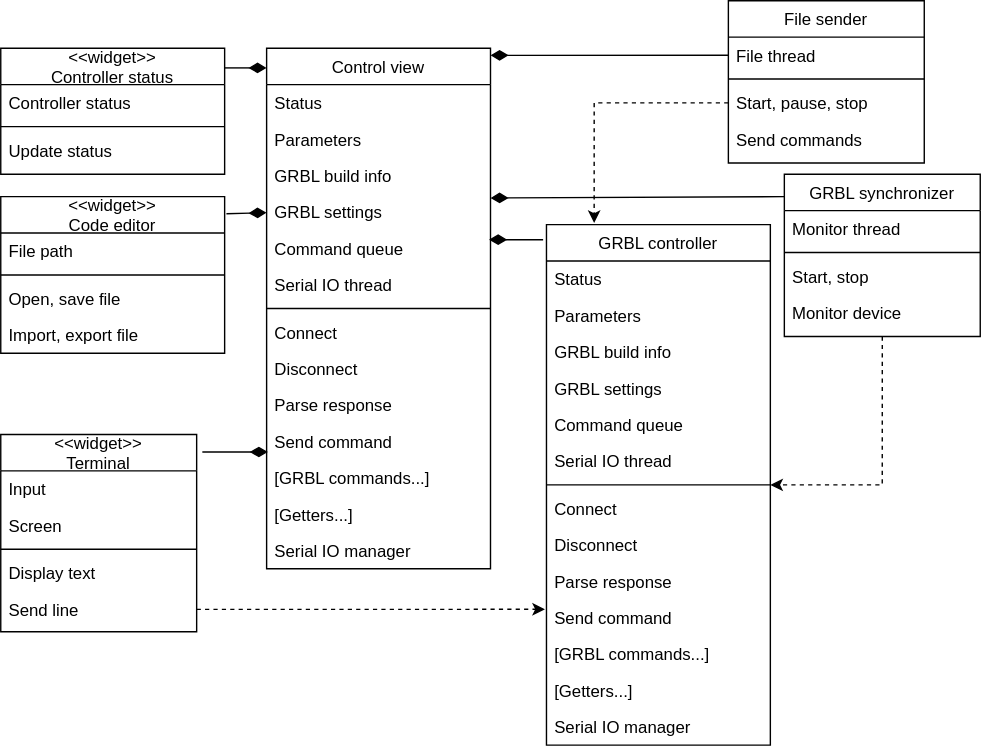
Before: docs/design/class/control_view_class_diagram.drawio.svg, a diagram exported from draw.io (Leandro-Bertoluzzi/remote-cnc). Source tidied: cells renumbered, new cells last; positions are measured from the earlier drawing's top-left corner, leaving out a move shared by most shapes. The source it was exported from:
```xml
<mxGraphModel>
  <root>
    <mxCell id="0" />
    <mxCell id="1" parent="0" />
    <mxCell id="2" value="Control view" style="swimlane;fontStyle=0;align=center;verticalAlign=top;horizontal=1;startSize=26;rounded=0;shadow=0;strokeWidth=1;" parent="1" vertex="1">
      <mxGeometry x="190" y="34" width="160" height="372" as="geometry" />
    </mxCell>
    <mxCell id="3" value="Status" style="text;align=left;verticalAlign=top;spacingLeft=4;spacingRight=4;overflow=hidden;" parent="2" vertex="1">
      <mxGeometry y="26" width="160" height="26" as="geometry" />
    </mxCell>
    <mxCell id="4" value="Parameters" style="text;align=left;verticalAlign=top;spacingLeft=4;spacingRight=4;overflow=hidden;rounded=0;shadow=0;html=0;" parent="2" vertex="1">
      <mxGeometry y="52" width="160" height="26" as="geometry" />
    </mxCell>
    <mxCell id="5" value="GRBL build info" style="text;align=left;verticalAlign=top;spacingLeft=4;spacingRight=4;overflow=hidden;rounded=0;shadow=0;html=0;" parent="2" vertex="1">
      <mxGeometry y="78" width="160" height="26" as="geometry" />
    </mxCell>
    <mxCell id="6" value="GRBL settings" style="text;align=left;verticalAlign=top;spacingLeft=4;spacingRight=4;overflow=hidden;points=[[0,0.5],[1,0.5]];portConstraint=eastwest;rounded=0;shadow=0;html=0;" parent="2" vertex="1">
      <mxGeometry y="104" width="160" height="26" as="geometry" />
    </mxCell>
    <mxCell id="7" value="Command queue" style="text;align=left;verticalAlign=top;spacingLeft=4;spacingRight=4;overflow=hidden;points=[[0,0.5],[1,0.5]];portConstraint=eastwest;rounded=0;shadow=0;html=0;" parent="2" vertex="1">
      <mxGeometry y="130" width="160" height="26" as="geometry" />
    </mxCell>
    <mxCell id="8" value="Serial IO thread" style="text;align=left;verticalAlign=top;spacingLeft=4;spacingRight=4;overflow=hidden;rounded=0;shadow=0;html=0;" parent="2" vertex="1">
      <mxGeometry y="156" width="160" height="26" as="geometry" />
    </mxCell>
    <mxCell id="9" style="line;html=1;strokeWidth=1;align=left;verticalAlign=middle;spacingTop=-1;spacingLeft=3;spacingRight=3;labelPosition=right;" parent="2" vertex="1">
      <mxGeometry y="182" width="160" height="8" as="geometry" />
    </mxCell>
    <mxCell id="10" value="Connect" style="text;align=left;verticalAlign=top;spacingLeft=4;spacingRight=4;overflow=hidden;" parent="2" vertex="1">
      <mxGeometry y="190" width="160" height="26" as="geometry" />
    </mxCell>
    <mxCell id="11" value="Disconnect" style="text;align=left;verticalAlign=top;spacingLeft=4;spacingRight=4;overflow=hidden;" parent="2" vertex="1">
      <mxGeometry y="216" width="160" height="26" as="geometry" />
    </mxCell>
    <mxCell id="12" value="Parse response" style="text;align=left;verticalAlign=top;spacingLeft=4;spacingRight=4;overflow=hidden;" parent="2" vertex="1">
      <mxGeometry y="242" width="160" height="26" as="geometry" />
    </mxCell>
    <mxCell id="13" value="Send command" style="text;align=left;verticalAlign=top;spacingLeft=4;spacingRight=4;overflow=hidden;points=[[0,0.5],[1,0.5]];portConstraint=eastwest;" parent="2" vertex="1">
      <mxGeometry y="268" width="160" height="26" as="geometry" />
    </mxCell>
    <mxCell id="14" value="[GRBL commands...]" style="text;align=left;verticalAlign=top;spacingLeft=4;spacingRight=4;overflow=hidden;" parent="2" vertex="1">
      <mxGeometry y="294" width="160" height="26" as="geometry" />
    </mxCell>
    <mxCell id="15" value="[Getters...]" style="text;align=left;verticalAlign=top;spacingLeft=4;spacingRight=4;overflow=hidden;" parent="2" vertex="1">
      <mxGeometry y="320" width="160" height="26" as="geometry" />
    </mxCell>
    <mxCell id="16" value="Serial IO manager" style="text;align=left;verticalAlign=top;spacingLeft=4;spacingRight=4;overflow=hidden;" parent="2" vertex="1">
      <mxGeometry y="346" width="160" height="26" as="geometry" />
    </mxCell>
    <mxCell id="17" value="File sender" style="swimlane;fontStyle=0;align=center;verticalAlign=top;horizontal=1;startSize=26;rounded=0;shadow=0;strokeWidth=1;" parent="1" vertex="1">
      <mxGeometry x="520" width="140" height="116" as="geometry" />
    </mxCell>
    <mxCell id="18" value="File thread" style="text;align=left;verticalAlign=top;spacingLeft=4;spacingRight=4;overflow=hidden;points=[[0,0.5],[1,0.5]];portConstraint=eastwest;rounded=0;shadow=0;html=0;" parent="17" vertex="1">
      <mxGeometry y="26" width="140" height="26" as="geometry" />
    </mxCell>
    <mxCell id="19" style="line;html=1;strokeWidth=1;align=left;verticalAlign=middle;spacingTop=-1;spacingLeft=3;spacingRight=3;labelPosition=right;" parent="17" vertex="1">
      <mxGeometry y="52" width="140" height="8" as="geometry" />
    </mxCell>
    <mxCell id="20" value="Start, pause, stop" style="text;align=left;verticalAlign=top;spacingLeft=4;spacingRight=4;overflow=hidden;points=[[0,0.5],[1,0.5]];portConstraint=eastwest;" parent="17" vertex="1">
      <mxGeometry y="60" width="140" height="26" as="geometry" />
    </mxCell>
    <mxCell id="21" value="Send commands" style="text;align=left;verticalAlign=top;spacingLeft=4;spacingRight=4;overflow=hidden;" parent="17" vertex="1">
      <mxGeometry y="86" width="140" height="26" as="geometry" />
    </mxCell>
    <mxCell id="22" style="endArrow=diamondThin;endSize=10;endFill=1;shadow=0;strokeWidth=1;rounded=0;edgeStyle=elbowEdgeStyle;elbow=vertical;exitX=0;exitY=0.5;exitDx=0;exitDy=0;" parent="1" edge="1" source="18" target="2">
      <mxGeometry relative="1" as="geometry" />
    </mxCell>
    <mxCell id="23" value="&lt;&lt;widget&gt;&gt;&#10;Controller status" style="swimlane;fontStyle=0;align=center;verticalAlign=middle;horizontal=1;startSize=26;rounded=0;shadow=0;strokeWidth=1;fontSize=12;spacingTop=0;spacingBottom=0;" parent="1" vertex="1">
      <mxGeometry y="34" width="160" height="90" as="geometry" />
    </mxCell>
    <mxCell id="24" value="Controller status" style="text;align=left;verticalAlign=top;spacingLeft=4;spacingRight=4;overflow=hidden;" parent="23" vertex="1">
      <mxGeometry y="26" width="160" height="26" as="geometry" />
    </mxCell>
    <mxCell id="25" style="line;html=1;strokeWidth=1;align=left;verticalAlign=middle;spacingTop=-1;spacingLeft=3;spacingRight=3;labelPosition=right;" parent="23" vertex="1">
      <mxGeometry y="52" width="160" height="8" as="geometry" />
    </mxCell>
    <mxCell id="26" value="Update status" style="text;align=left;verticalAlign=top;spacingLeft=4;spacingRight=4;overflow=hidden;" parent="23" vertex="1">
      <mxGeometry y="60" width="160" height="26" as="geometry" />
    </mxCell>
    <mxCell id="27" style="endArrow=diamondThin;endSize=10;endFill=1;shadow=0;strokeWidth=1;rounded=0;edgeStyle=elbowEdgeStyle;elbow=vertical;entryX=0;entryY=0.038;entryDx=0;entryDy=0;entryPerimeter=0;" parent="1" edge="1" source="23" target="2">
      <mxGeometry relative="1" as="geometry" />
    </mxCell>
    <mxCell id="28" value="GRBL controller" style="swimlane;fontStyle=0;align=center;verticalAlign=top;horizontal=1;startSize=26;rounded=0;shadow=0;strokeWidth=1;" parent="1" vertex="1">
      <mxGeometry x="390" y="160" width="160" height="372" as="geometry" />
    </mxCell>
    <mxCell id="29" value="Status" style="text;align=left;verticalAlign=top;spacingLeft=4;spacingRight=4;overflow=hidden;" parent="28" vertex="1">
      <mxGeometry y="26" width="160" height="26" as="geometry" />
    </mxCell>
    <mxCell id="30" value="Parameters" style="text;align=left;verticalAlign=top;spacingLeft=4;spacingRight=4;overflow=hidden;rounded=0;shadow=0;html=0;" parent="28" vertex="1">
      <mxGeometry y="52" width="160" height="26" as="geometry" />
    </mxCell>
    <mxCell id="31" value="GRBL build info" style="text;align=left;verticalAlign=top;spacingLeft=4;spacingRight=4;overflow=hidden;rounded=0;shadow=0;html=0;" parent="28" vertex="1">
      <mxGeometry y="78" width="160" height="26" as="geometry" />
    </mxCell>
    <mxCell id="32" value="GRBL settings" style="text;align=left;verticalAlign=top;spacingLeft=4;spacingRight=4;overflow=hidden;rounded=0;shadow=0;html=0;" parent="28" vertex="1">
      <mxGeometry y="104" width="160" height="26" as="geometry" />
    </mxCell>
    <mxCell id="33" value="Command queue" style="text;align=left;verticalAlign=top;spacingLeft=4;spacingRight=4;overflow=hidden;rounded=0;shadow=0;html=0;" parent="28" vertex="1">
      <mxGeometry y="130" width="160" height="26" as="geometry" />
    </mxCell>
    <mxCell id="34" value="Serial IO thread" style="text;align=left;verticalAlign=top;spacingLeft=4;spacingRight=4;overflow=hidden;rounded=0;shadow=0;html=0;" parent="28" vertex="1">
      <mxGeometry y="156" width="160" height="26" as="geometry" />
    </mxCell>
    <mxCell id="35" style="line;html=1;strokeWidth=1;align=left;verticalAlign=middle;spacingTop=-1;spacingLeft=3;spacingRight=3;labelPosition=right;" parent="28" vertex="1">
      <mxGeometry y="182" width="160" height="8" as="geometry" />
    </mxCell>
    <mxCell id="36" value="Connect" style="text;align=left;verticalAlign=top;spacingLeft=4;spacingRight=4;overflow=hidden;" parent="28" vertex="1">
      <mxGeometry y="190" width="160" height="26" as="geometry" />
    </mxCell>
    <mxCell id="37" value="Disconnect" style="text;align=left;verticalAlign=top;spacingLeft=4;spacingRight=4;overflow=hidden;" parent="28" vertex="1">
      <mxGeometry y="216" width="160" height="26" as="geometry" />
    </mxCell>
    <mxCell id="38" value="Parse response" style="text;align=left;verticalAlign=top;spacingLeft=4;spacingRight=4;overflow=hidden;" parent="28" vertex="1">
      <mxGeometry y="242" width="160" height="26" as="geometry" />
    </mxCell>
    <mxCell id="39" value="Send command" style="text;align=left;verticalAlign=top;spacingLeft=4;spacingRight=4;overflow=hidden;points=[[0,0.5],[1,0.5]];portConstraint=eastwest;" parent="28" vertex="1">
      <mxGeometry y="268" width="160" height="26" as="geometry" />
    </mxCell>
    <mxCell id="40" value="[GRBL commands...]" style="text;align=left;verticalAlign=top;spacingLeft=4;spacingRight=4;overflow=hidden;" parent="28" vertex="1">
      <mxGeometry y="294" width="160" height="26" as="geometry" />
    </mxCell>
    <mxCell id="41" value="[Getters...]" style="text;align=left;verticalAlign=top;spacingLeft=4;spacingRight=4;overflow=hidden;" parent="28" vertex="1">
      <mxGeometry y="320" width="160" height="26" as="geometry" />
    </mxCell>
    <mxCell id="42" value="Serial IO manager" style="text;align=left;verticalAlign=top;spacingLeft=4;spacingRight=4;overflow=hidden;" parent="28" vertex="1">
      <mxGeometry y="346" width="160" height="26" as="geometry" />
    </mxCell>
    <mxCell id="43" style="edgeStyle=orthogonalEdgeStyle;rounded=0;jettySize=auto;html=1;entryX=0.994;entryY=0.269;entryDx=0;entryDy=0;entryPerimeter=0;endArrow=diamondThin;endFill=1;endSize=10;exitX=-0.015;exitY=0.029;exitDx=0;exitDy=0;exitPerimeter=0;" parent="1" edge="1" source="28" target="7">
      <mxGeometry relative="1" as="geometry" />
    </mxCell>
    <mxCell id="44" value="&lt;&lt;widget&gt;&gt;&#10;Terminal" style="swimlane;fontStyle=0;align=center;verticalAlign=middle;horizontal=1;startSize=26;rounded=0;shadow=0;strokeWidth=1;" parent="1" vertex="1">
      <mxGeometry y="310" width="140" height="141" as="geometry" />
    </mxCell>
    <mxCell id="45" value="Input" style="text;align=left;verticalAlign=top;spacingLeft=4;spacingRight=4;overflow=hidden;" parent="44" vertex="1">
      <mxGeometry y="26" width="140" height="26" as="geometry" />
    </mxCell>
    <mxCell id="46" value="Screen" style="text;align=left;verticalAlign=top;spacingLeft=4;spacingRight=4;overflow=hidden;rounded=0;shadow=0;html=0;" parent="44" vertex="1">
      <mxGeometry y="52" width="140" height="26" as="geometry" />
    </mxCell>
    <mxCell id="47" style="line;html=1;strokeWidth=1;align=left;verticalAlign=middle;spacingTop=-1;spacingLeft=3;spacingRight=3;labelPosition=right;" parent="44" vertex="1">
      <mxGeometry y="78" width="140" height="8" as="geometry" />
    </mxCell>
    <mxCell id="48" value="Display text" style="text;align=left;verticalAlign=top;spacingLeft=4;spacingRight=4;overflow=hidden;" parent="44" vertex="1">
      <mxGeometry y="86" width="140" height="26" as="geometry" />
    </mxCell>
    <mxCell id="49" value="Send line" style="text;align=left;verticalAlign=top;spacingLeft=4;spacingRight=4;overflow=hidden;points=[[0,0.5],[1,0.5]];portConstraint=eastwest;" parent="44" vertex="1">
      <mxGeometry y="112" width="140" height="26" as="geometry" />
    </mxCell>
    <mxCell id="50" value="&lt;&lt;widget&gt;&gt;&#10;Code editor" style="swimlane;fontStyle=0;align=center;verticalAlign=middle;horizontal=1;startSize=26;rounded=0;shadow=0;strokeWidth=1;fontSize=12;spacingTop=0;spacingBottom=0;" parent="1" vertex="1">
      <mxGeometry y="140" width="160" height="112" as="geometry" />
    </mxCell>
    <mxCell id="51" value="File path" style="text;align=left;verticalAlign=top;spacingLeft=4;spacingRight=4;overflow=hidden;" parent="50" vertex="1">
      <mxGeometry y="26" width="160" height="26" as="geometry" />
    </mxCell>
    <mxCell id="52" style="line;html=1;strokeWidth=1;align=left;verticalAlign=middle;spacingTop=-1;spacingLeft=3;spacingRight=3;labelPosition=right;" parent="50" vertex="1">
      <mxGeometry y="52" width="160" height="8" as="geometry" />
    </mxCell>
    <mxCell id="53" value="Open, save file" style="text;align=left;verticalAlign=top;spacingLeft=4;spacingRight=4;overflow=hidden;" parent="50" vertex="1">
      <mxGeometry y="60" width="160" height="26" as="geometry" />
    </mxCell>
    <mxCell id="54" value="Import, export file" style="text;align=left;verticalAlign=top;spacingLeft=4;spacingRight=4;overflow=hidden;" parent="50" vertex="1">
      <mxGeometry y="86" width="160" height="26" as="geometry" />
    </mxCell>
    <mxCell id="55" style="endArrow=diamondThin;endSize=10;endFill=1;shadow=0;strokeWidth=1;rounded=0;edgeStyle=elbowEdgeStyle;elbow=vertical;entryX=0;entryY=0.5;entryDx=0;entryDy=0;exitX=1.008;exitY=0.109;exitDx=0;exitDy=0;exitPerimeter=0;" parent="1" edge="1" source="50" target="6">
      <mxGeometry relative="1" as="geometry" />
    </mxCell>
    <mxCell id="56" style="edgeStyle=orthogonalEdgeStyle;rounded=0;jettySize=auto;html=1;entryX=-0.007;entryY=0.267;entryDx=0;entryDy=0;dashed=1;exitX=1;exitY=0.5;exitDx=0;exitDy=0;entryPerimeter=0;" parent="1" edge="1" source="49" target="39">
      <mxGeometry relative="1" as="geometry" />
    </mxCell>
    <mxCell id="57" style="edgeStyle=orthogonalEdgeStyle;rounded=0;jettySize=auto;html=1;dashed=1;entryX=0.213;entryY=-0.003;entryDx=0;entryDy=0;entryPerimeter=0;exitX=0;exitY=0.5;exitDx=0;exitDy=0;" parent="1" edge="1" source="20" target="28">
      <mxGeometry relative="1" as="geometry" />
    </mxCell>
    <mxCell id="58" style="endArrow=diamondThin;endSize=10;endFill=1;shadow=0;strokeWidth=1;rounded=0;edgeStyle=elbowEdgeStyle;elbow=vertical;entryX=0.006;entryY=0.763;entryDx=0;entryDy=0;entryPerimeter=0;exitX=1.029;exitY=0.089;exitDx=0;exitDy=0;exitPerimeter=0;" parent="1" edge="1" source="44" target="13">
      <mxGeometry relative="1" as="geometry" />
    </mxCell>
    <mxCell id="59" style="edgeStyle=orthogonalEdgeStyle;rounded=0;jettySize=auto;html=1;exitX=0.5;exitY=1;exitDx=0;exitDy=0;dashed=1;" parent="1" edge="1" source="60" target="28">
      <mxGeometry relative="1" as="geometry" />
    </mxCell>
    <mxCell id="60" value="GRBL synchronizer" style="swimlane;fontStyle=0;align=center;verticalAlign=top;horizontal=1;startSize=26;rounded=0;shadow=0;strokeWidth=1;" parent="1" vertex="1">
      <mxGeometry x="560" y="124" width="140" height="116" as="geometry" />
    </mxCell>
    <mxCell id="61" value="Monitor thread" style="text;align=left;verticalAlign=top;spacingLeft=4;spacingRight=4;overflow=hidden;rounded=0;shadow=0;html=0;" parent="60" vertex="1">
      <mxGeometry y="26" width="140" height="26" as="geometry" />
    </mxCell>
    <mxCell id="62" style="line;html=1;strokeWidth=1;align=left;verticalAlign=middle;spacingTop=-1;spacingLeft=3;spacingRight=3;labelPosition=right;" parent="60" vertex="1">
      <mxGeometry y="52" width="140" height="8" as="geometry" />
    </mxCell>
    <mxCell id="63" value="Start, stop" style="text;align=left;verticalAlign=top;spacingLeft=4;spacingRight=4;overflow=hidden;" parent="60" vertex="1">
      <mxGeometry y="60" width="140" height="26" as="geometry" />
    </mxCell>
    <mxCell id="64" value="Monitor device" style="text;align=left;verticalAlign=top;spacingLeft=4;spacingRight=4;overflow=hidden;" parent="60" vertex="1">
      <mxGeometry y="86" width="140" height="26" as="geometry" />
    </mxCell>
    <mxCell id="65" style="endArrow=diamondThin;html=1;rounded=0;exitX=0;exitY=0;exitDx=0;exitDy=0;entryX=1;entryY=0.5;entryDx=0;entryDy=0;endFill=1;endSize=10;" parent="1" edge="1">
      <mxGeometry relative="1" as="geometry">
        <mxPoint x="560" y="140" as="sourcePoint" />
        <mxPoint x="350" y="141" as="targetPoint" />
      </mxGeometry>
    </mxCell>
  </root>
</mxGraphModel>
```
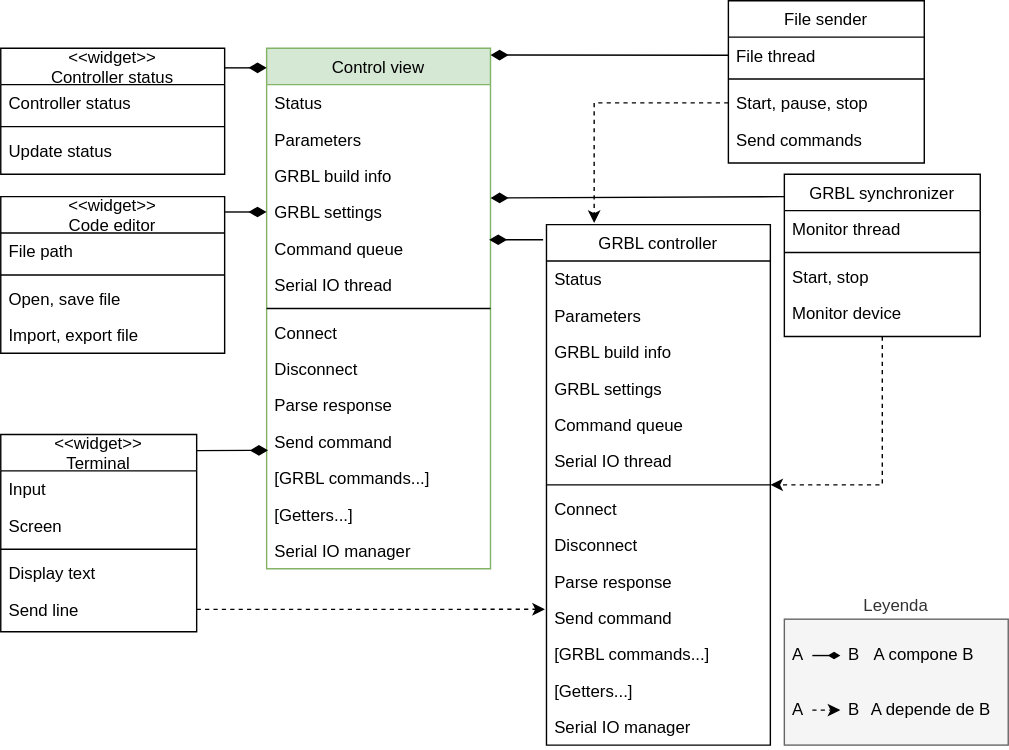
Above is the later version.

Change to the diagram source:
```diff
@@ -2,7 +2,7 @@
   <root>
     <mxCell id="0" />
     <mxCell id="1" parent="0" />
-    <mxCell id="2" value="Control view" style="swimlane;fontStyle=0;align=center;verticalAlign=top;horizontal=1;startSize=26;rounded=0;shadow=0;strokeWidth=1;" parent="1" vertex="1">
+    <mxCell id="2" value="Control view" style="swimlane;fontStyle=0;align=center;verticalAlign=top;horizontal=1;startSize=26;rounded=0;shadow=0;strokeWidth=1;fillColor=#d5e8d4;strokeColor=#82b366;" parent="1" vertex="1">
       <mxGeometry x="190" y="34" width="160" height="372" as="geometry" />
     </mxCell>
     <mxCell id="3" value="Status" style="text;align=left;verticalAlign=top;spacingLeft=4;spacingRight=4;overflow=hidden;" parent="2" vertex="1">
@@ -161,16 +161,13 @@
     <mxCell id="54" value="Import, export file" style="text;align=left;verticalAlign=top;spacingLeft=4;spacingRight=4;overflow=hidden;" parent="50" vertex="1">
       <mxGeometry y="86" width="160" height="26" as="geometry" />
     </mxCell>
-    <mxCell id="55" style="endArrow=diamondThin;endSize=10;endFill=1;shadow=0;strokeWidth=1;rounded=0;edgeStyle=elbowEdgeStyle;elbow=vertical;entryX=0;entryY=0.5;entryDx=0;entryDy=0;exitX=1.008;exitY=0.109;exitDx=0;exitDy=0;exitPerimeter=0;" parent="1" edge="1" source="50" target="6">
-      <mxGeometry relative="1" as="geometry" />
-    </mxCell>
     <mxCell id="56" style="edgeStyle=orthogonalEdgeStyle;rounded=0;jettySize=auto;html=1;entryX=-0.007;entryY=0.267;entryDx=0;entryDy=0;dashed=1;exitX=1;exitY=0.5;exitDx=0;exitDy=0;entryPerimeter=0;" parent="1" edge="1" source="49" target="39">
       <mxGeometry relative="1" as="geometry" />
     </mxCell>
     <mxCell id="57" style="edgeStyle=orthogonalEdgeStyle;rounded=0;jettySize=auto;html=1;dashed=1;entryX=0.213;entryY=-0.003;entryDx=0;entryDy=0;entryPerimeter=0;exitX=0;exitY=0.5;exitDx=0;exitDy=0;" parent="1" edge="1" source="20" target="28">
       <mxGeometry relative="1" as="geometry" />
     </mxCell>
-    <mxCell id="58" style="endArrow=diamondThin;endSize=10;endFill=1;shadow=0;strokeWidth=1;rounded=0;edgeStyle=elbowEdgeStyle;elbow=vertical;entryX=0.006;entryY=0.763;entryDx=0;entryDy=0;entryPerimeter=0;exitX=1.029;exitY=0.089;exitDx=0;exitDy=0;exitPerimeter=0;" parent="1" edge="1" source="44" target="13">
+    <mxCell id="58" style="endArrow=diamondThin;endSize=10;endFill=1;shadow=0;strokeWidth=1;rounded=0;edgeStyle=elbowEdgeStyle;elbow=vertical;entryX=0.006;entryY=0.763;entryDx=0;entryDy=0;entryPerimeter=0;exitX=1.002;exitY=0.082;exitDx=0;exitDy=0;exitPerimeter=0;" parent="1" edge="1" source="44" target="13">
       <mxGeometry relative="1" as="geometry" />
     </mxCell>
     <mxCell id="59" style="edgeStyle=orthogonalEdgeStyle;rounded=0;jettySize=auto;html=1;exitX=0.5;exitY=1;exitDx=0;exitDy=0;dashed=1;" parent="1" edge="1" source="60" target="28">
@@ -197,5 +194,35 @@
         <mxPoint x="350" y="141" as="targetPoint" />
       </mxGeometry>
     </mxCell>
+    <mxCell id="66" value="Leyenda" style="rounded=0;whiteSpace=wrap;html=1;labelPosition=center;verticalLabelPosition=top;align=center;verticalAlign=bottom;fillColor=#f5f5f5;fontColor=#333333;strokeColor=#666666;" parent="1" vertex="1">
+      <mxGeometry x="560" y="442" width="160" height="90" as="geometry" />
+    </mxCell>
+    <mxCell id="67" style="edgeStyle=orthogonalEdgeStyle;rounded=0;jettySize=auto;html=1;exitX=1;exitY=0.5;exitDx=0;exitDy=0;entryX=0;entryY=0.5;entryDx=0;entryDy=0;endArrow=diamondThin;endFill=1;" parent="1" edge="1" source="68" target="71">
+      <mxGeometry relative="1" as="geometry" />
+    </mxCell>
+    <mxCell id="68" value="A" style="text;html=1;align=center;verticalAlign=middle;whiteSpace=wrap;rounded=0;" parent="1" vertex="1">
+      <mxGeometry x="560" y="453" width="20" height="30" as="geometry" />
+    </mxCell>
+    <mxCell id="69" style="edgeStyle=orthogonalEdgeStyle;rounded=0;jettySize=auto;html=1;exitX=1;exitY=0.5;exitDx=0;exitDy=0;entryX=0;entryY=0.5;entryDx=0;entryDy=0;dashed=1;" parent="1" edge="1" source="70" target="72">
+      <mxGeometry relative="1" as="geometry" />
+    </mxCell>
+    <mxCell id="70" value="A" style="text;html=1;align=center;verticalAlign=middle;whiteSpace=wrap;rounded=0;" parent="1" vertex="1">
+      <mxGeometry x="560" y="492" width="20" height="30" as="geometry" />
+    </mxCell>
+    <mxCell id="71" value="B" style="text;html=1;align=center;verticalAlign=middle;whiteSpace=wrap;rounded=0;" parent="1" vertex="1">
+      <mxGeometry x="600" y="453" width="20" height="30" as="geometry" />
+    </mxCell>
+    <mxCell id="72" value="B" style="text;html=1;align=center;verticalAlign=middle;whiteSpace=wrap;rounded=0;" parent="1" vertex="1">
+      <mxGeometry x="600" y="492" width="20" height="30" as="geometry" />
+    </mxCell>
+    <mxCell id="73" value="A compone B" style="text;html=1;align=center;verticalAlign=middle;whiteSpace=wrap;rounded=0;" parent="1" vertex="1">
+      <mxGeometry x="620" y="453" width="80" height="30" as="geometry" />
+    </mxCell>
+    <mxCell id="74" value="A depende de B" style="text;html=1;align=center;verticalAlign=middle;whiteSpace=wrap;rounded=0;" parent="1" vertex="1">
+      <mxGeometry x="620" y="492" width="90" height="30" as="geometry" />
+    </mxCell>
+    <mxCell id="75" style="edgeStyle=orthogonalEdgeStyle;rounded=0;jettySize=auto;html=1;exitX=0;exitY=0.5;exitDx=0;exitDy=0;entryX=1.002;entryY=0.106;entryDx=0;entryDy=0;entryPerimeter=0;startArrow=diamondThin;startFill=1;endArrow=none;endFill=0;startSize=10;" parent="1" edge="1" source="6" target="50">
+      <mxGeometry relative="1" as="geometry" />
+    </mxCell>
   </root>
 </mxGraphModel>
```
